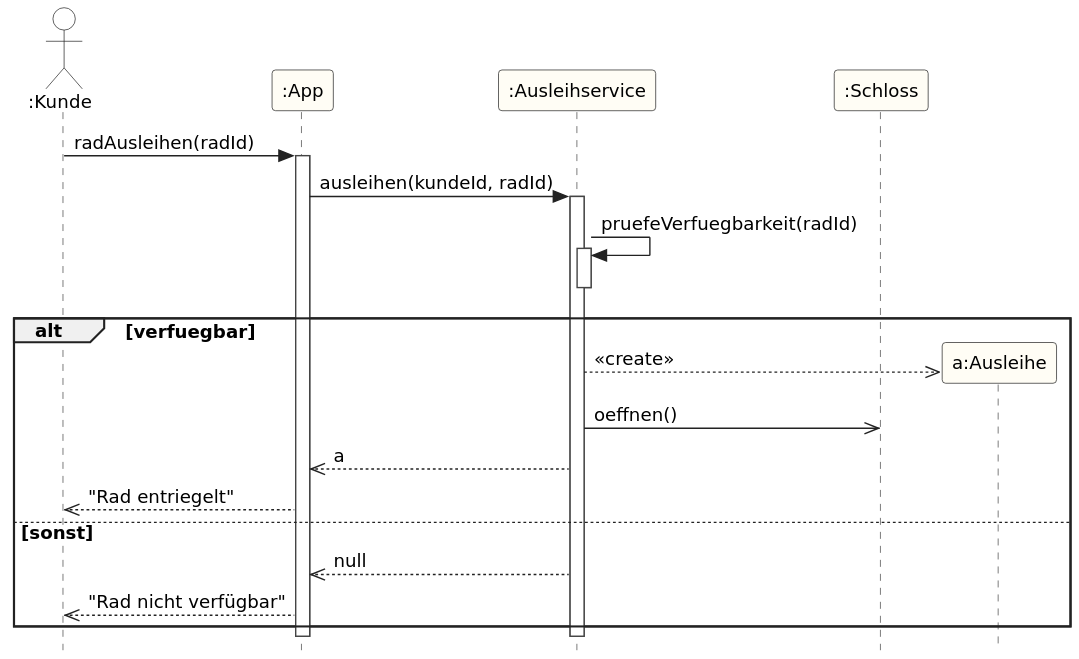
Earlier version of the PlantUML export material/v3-ausleihe.svg (dclausen01/lernpfad-lf11-uml). The source it was exported from:
```plantuml
@startuml
!include stil.iuml
skinparam style strictuml
hide footbox
actor ":Kunde" as K
participant ":App" as App
participant ":Ausleihservice" as AS
participant ":Schloss" as SL
K -> App : radAusleihen(radId)
activate App
App -> AS : ausleihen(kundeId, radId)
activate AS
AS -> AS : pruefeVerfuegbarkeit(radId)
activate AS
deactivate AS
alt verfuegbar
  create participant "a:Ausleihe" as AU
  AS -->> AU : <<create>>
  AS ->> SL : oeffnen()
  AS -->> App : a
  App -->> K : "Rad entriegelt"
else sonst
  AS -->> App : null
  App -->> K : "Rad nicht verfügbar"
end
deactivate AS
deactivate App
@enduml
```
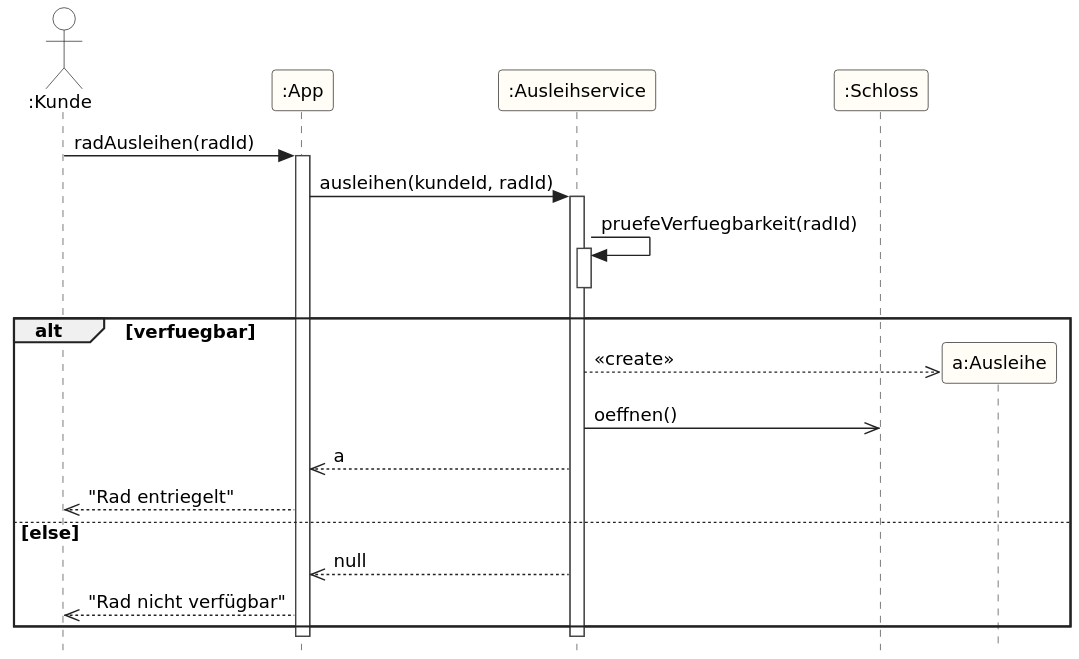
After the commit.

The edit, as a diff of the source:
```diff
@@ -19,7 +19,7 @@
   AS ->> SL : oeffnen()
   AS -->> App : a
   App -->> K : "Rad entriegelt"
-else sonst
+else else
   AS -->> App : null
   App -->> K : "Rad nicht verfügbar"
 end
```
